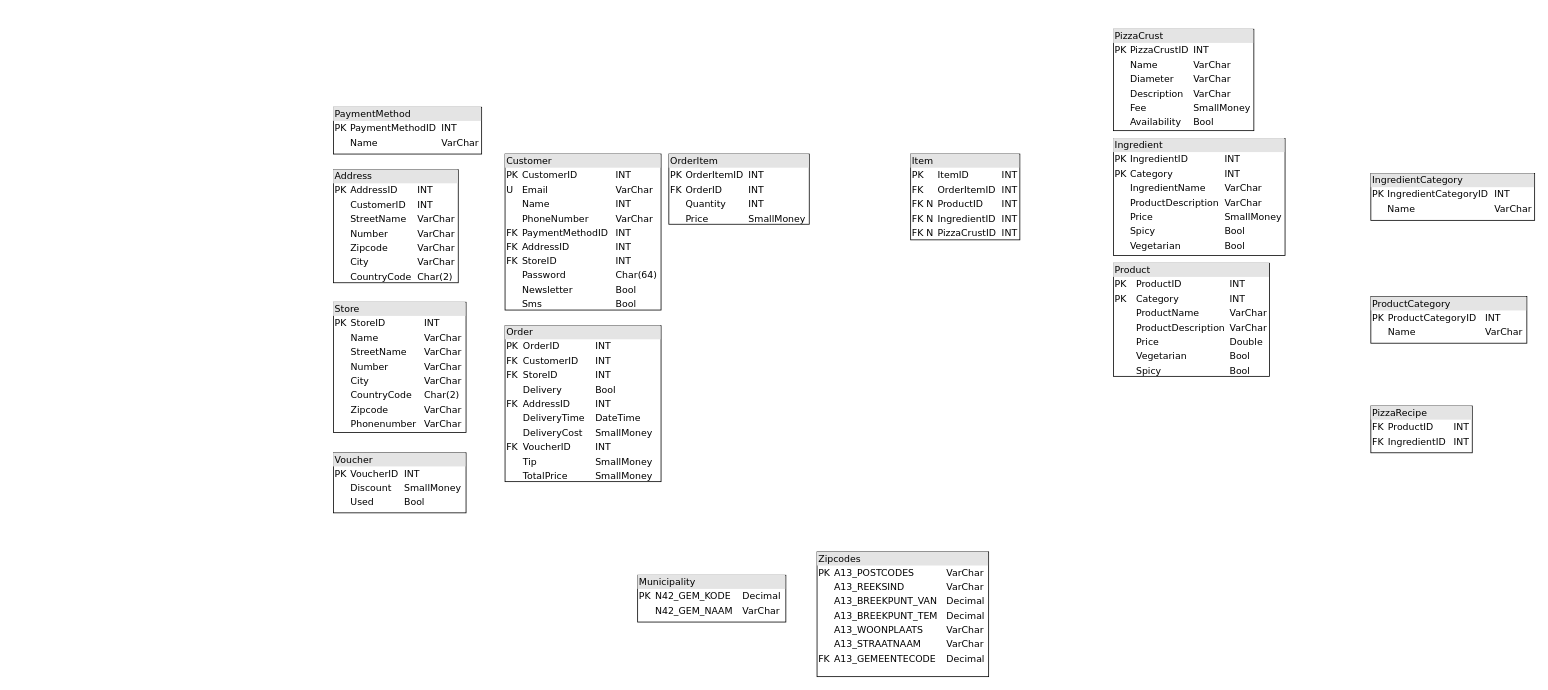
This is DBO_huidige_situatie.drawio from SlatanEnLexSemester4/Mario-Pizza-Case, a draw.io file, before an edit. Source tidied: cells renumbered, new cells numbered last; positions are measured from the earlier drawing's top-left corner, leaving out a move shared by most shapes. Both pictures are drawn from the tidied source at 78%, with x=0, y=0 at pixel (333, 29).
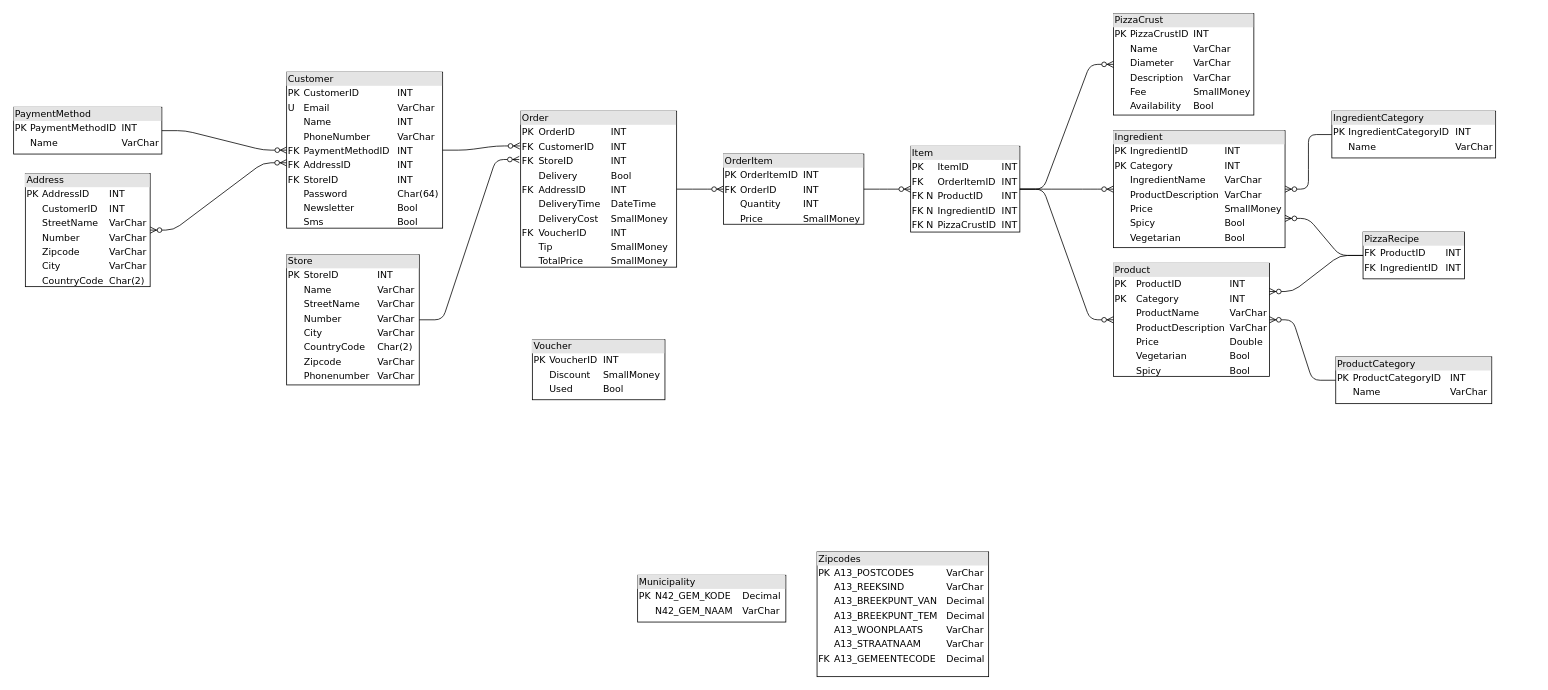
Above is the later version.

The change refers to these unchanged cells:
```xml
<mxCell id="2" value="&lt;div style=&quot;box-sizing: border-box ; width: 100% ; background: #e4e4e4 ; padding: 2px&quot;&gt;Product&lt;br&gt;&lt;/div&gt;&lt;table style=&quot;width: 100% ; font-size: 1em&quot; cellspacing=&quot;0&quot; cellpadding=&quot;2&quot;&gt;&lt;tbody&gt;&lt;tr&gt;&lt;td&gt;PK&amp;nbsp;&lt;/td&gt;&lt;td&gt;&lt;br&gt;&lt;/td&gt;&lt;td&gt;ProductID&lt;/td&gt;&lt;td&gt;INT&lt;br&gt;&lt;/td&gt;&lt;/tr&gt;&lt;tr&gt;&lt;td&gt;PK&lt;/td&gt;&lt;td&gt;&lt;br&gt;&lt;/td&gt;&lt;td&gt;Category&lt;br&gt;&lt;/td&gt;&lt;td&gt;INT&lt;/td&gt;&lt;/tr&gt;&lt;tr&gt;&lt;td&gt;&lt;br&gt;&lt;/td&gt;&lt;td&gt;&lt;br&gt;&lt;/td&gt;&lt;td&gt;ProductName&lt;br&gt;&lt;/td&gt;&lt;td&gt;VarChar&lt;br&gt;&lt;/td&gt;&lt;/tr&gt;&lt;tr&gt;&lt;td&gt;&lt;br&gt;&lt;/td&gt;&lt;td&gt;&lt;br&gt;&lt;/td&gt;&lt;td&gt;ProductDescription&lt;br&gt;&lt;/td&gt;&lt;td&gt;VarChar&lt;br&gt;&lt;/td&gt;&lt;/tr&gt;&lt;tr&gt;&lt;td&gt;&lt;br&gt;&lt;/td&gt;&lt;td&gt;&lt;br&gt;&lt;/td&gt;&lt;td&gt;Price&lt;br&gt;&lt;/td&gt;&lt;td&gt;Double&lt;/td&gt;&lt;/tr&gt;&lt;tr&gt;&lt;td&gt;&lt;br&gt;&lt;/td&gt;&lt;td&gt;&lt;br&gt;&lt;/td&gt;&lt;td&gt;Vegetarian&lt;br&gt;&lt;/td&gt;&lt;td&gt;Bool&lt;/td&gt;&lt;/tr&gt;&lt;tr&gt;&lt;td&gt;&lt;br&gt;&lt;/td&gt;&lt;td&gt;&lt;br&gt;&lt;/td&gt;&lt;td&gt;Spicy&lt;br&gt;&lt;/td&gt;&lt;td&gt;Bool&lt;br&gt;&lt;/td&gt;&lt;/tr&gt;&lt;/tbody&gt;&lt;/table&gt;" style="verticalAlign=top;align=left;overflow=fill;html=1;rounded=0;shadow=0;comic=0;labelBackgroundColor=none;strokeWidth=1;fontFamily=Verdana;fontSize=12;" parent="1" vertex="1">
  <mxGeometry x="1000" y="300" width="200" height="145" as="geometry" />
</mxCell>
```

Diff of the diagram source:
```diff
@@
     <mxCell id="3" value="&lt;div style=&quot;box-sizing: border-box ; width: 100% ; background: #e4e4e4 ; padding: 2px&quot;&gt;PizzaCrust&lt;br&gt;&lt;/div&gt;&lt;table style=&quot;width: 100% ; font-size: 1em&quot; cellspacing=&quot;0&quot; cellpadding=&quot;2&quot;&gt;&lt;tbody&gt;&lt;tr&gt;&lt;td&gt;PK&lt;/td&gt;&lt;td&gt;PizzaCrustID&lt;/td&gt;&lt;td&gt;INT&lt;/td&gt;&lt;/tr&gt;&lt;tr&gt;&lt;td&gt;&lt;br&gt;&lt;/td&gt;&lt;td&gt;Name&lt;br&gt;&lt;/td&gt;&lt;td&gt;VarChar&lt;/td&gt;&lt;/tr&gt;&lt;tr&gt;&lt;td&gt;&lt;br&gt;&lt;/td&gt;&lt;td&gt;Diameter&lt;br&gt;&lt;/td&gt;&lt;td&gt;VarChar&lt;/td&gt;&lt;/tr&gt;&lt;tr&gt;&lt;td&gt;&lt;br&gt;&lt;/td&gt;&lt;td&gt;Description&lt;br&gt;&lt;/td&gt;&lt;td&gt;VarChar&lt;/td&gt;&lt;/tr&gt;&lt;tr&gt;&lt;td&gt;&lt;br&gt;&lt;/td&gt;&lt;td&gt;Fee&lt;br&gt;&lt;/td&gt;&lt;td&gt;SmallMoney&lt;/td&gt;&lt;/tr&gt;&lt;tr&gt;&lt;td&gt;&lt;br&gt;&lt;/td&gt;&lt;td&gt;Availability&lt;br&gt;&lt;/td&gt;&lt;td&gt;Bool&lt;/td&gt;&lt;/tr&gt;&lt;/tbody&gt;&lt;/table&gt;" style="verticalAlign=top;align=left;overflow=fill;html=1;rounded=0;shadow=0;comic=0;labelBackgroundColor=none;strokeWidth=1;fontFamily=Verdana;fontSize=12;" parent="1" vertex="1">
-      <mxGeometry x="1000" width="180" height="130" as="geometry" />
+      <mxGeometry x="1000" y="-20" width="180" height="130" as="geometry" />
     </mxCell>
     <mxCell id="4" value="&lt;div style=&quot;box-sizing: border-box ; width: 100% ; background: #e4e4e4 ; padding: 2px&quot;&gt;Store&lt;br&gt;&lt;/div&gt;&lt;table style=&quot;width: 100% ; font-size: 1em&quot; cellspacing=&quot;0&quot; cellpadding=&quot;2&quot;&gt;&lt;tbody&gt;&lt;tr&gt;&lt;td&gt;PK&lt;/td&gt;&lt;td&gt;StoreID&lt;br&gt;&lt;/td&gt;&lt;td&gt;INT&lt;/td&gt;&lt;/tr&gt;&lt;tr&gt;&lt;td&gt;&lt;br&gt;&lt;/td&gt;&lt;td&gt;Name&lt;br&gt;&lt;/td&gt;&lt;td&gt;VarChar&lt;/td&gt;&lt;/tr&gt;&lt;tr&gt;&lt;td&gt;&lt;br&gt;&lt;/td&gt;&lt;td&gt;StreetName&lt;br&gt;&lt;/td&gt;&lt;td&gt;VarChar&lt;/td&gt;&lt;/tr&gt;&lt;tr&gt;&lt;td&gt;&lt;br&gt;&lt;/td&gt;&lt;td&gt;Number&lt;br&gt;&lt;/td&gt;&lt;td&gt;VarChar&lt;/td&gt;&lt;/tr&gt;&lt;tr&gt;&lt;td&gt;&lt;br&gt;&lt;/td&gt;&lt;td&gt;City&lt;br&gt;&lt;/td&gt;&lt;td&gt;VarChar&lt;/td&gt;&lt;/tr&gt;&lt;tr&gt;&lt;td&gt;&lt;br&gt;&lt;/td&gt;&lt;td&gt;CountryCode&lt;br&gt;&lt;/td&gt;&lt;td&gt;Char(2)&lt;/td&gt;&lt;/tr&gt;&lt;tr&gt;&lt;td&gt;&lt;br&gt;&lt;/td&gt;&lt;td&gt;Zipcode&lt;br&gt;&lt;/td&gt;&lt;td&gt;VarChar&lt;/td&gt;&lt;/tr&gt;&lt;tr&gt;&lt;td&gt;&lt;br&gt;&lt;/td&gt;&lt;td&gt;Phonenumber&lt;br&gt;&lt;/td&gt;&lt;td&gt;VarChar&lt;/td&gt;&lt;/tr&gt;&lt;/tbody&gt;&lt;/table&gt;" style="verticalAlign=top;align=left;overflow=fill;html=1;rounded=0;shadow=0;comic=0;labelBackgroundColor=none;strokeWidth=1;fontFamily=Verdana;fontSize=12;" parent="1" vertex="1">
-      <mxGeometry y="350" width="170" height="167" as="geometry" />
+      <mxGeometry x="-60" y="289" width="170" height="167" as="geometry" />
     </mxCell>
     <mxCell id="5" value="&lt;div style=&quot;box-sizing: border-box ; width: 100% ; background: #e4e4e4 ; padding: 2px&quot;&gt;Ingredient&lt;br&gt;&lt;/div&gt;&lt;table style=&quot;width: 100% ; font-size: 1em&quot; cellspacing=&quot;0&quot; cellpadding=&quot;2&quot;&gt;&lt;tbody&gt;&lt;tr&gt;&lt;td&gt;PK&lt;/td&gt;&lt;td&gt;IngredientID&lt;/td&gt;&lt;td&gt;INT&lt;/td&gt;&lt;/tr&gt;&lt;tr&gt;&lt;td&gt;PK&lt;/td&gt;&lt;td&gt;Category&lt;br&gt;&lt;/td&gt;&lt;td&gt;INT&lt;/td&gt;&lt;/tr&gt;&lt;tr&gt;&lt;td&gt;&lt;br&gt;&lt;/td&gt;&lt;td&gt;IngredientName&lt;br&gt;&lt;/td&gt;&lt;td&gt;VarChar&lt;/td&gt;&lt;/tr&gt;&lt;tr&gt;&lt;td&gt;&lt;br&gt;&lt;/td&gt;&lt;td&gt;ProductDescription&lt;br&gt;&lt;/td&gt;&lt;td&gt;VarChar&lt;/td&gt;&lt;/tr&gt;&lt;tr&gt;&lt;td&gt;&lt;br&gt;&lt;/td&gt;&lt;td&gt;Price&lt;br&gt;&lt;/td&gt;&lt;td&gt;SmallMoney&lt;/td&gt;&lt;/tr&gt;&lt;tr&gt;&lt;td&gt;&lt;br&gt;&lt;/td&gt;&lt;td&gt;Spicy&lt;br&gt;&lt;/td&gt;&lt;td&gt;Bool&lt;/td&gt;&lt;/tr&gt;&lt;tr&gt;&lt;td&gt;&lt;br&gt;&lt;/td&gt;&lt;td&gt;Vegetarian&lt;br&gt;&lt;/td&gt;&lt;td&gt;Bool&lt;/td&gt;&lt;/tr&gt;&lt;tr&gt;&lt;td&gt;&lt;br&gt;&lt;/td&gt;&lt;td&gt;&lt;br&gt;&lt;/td&gt;&lt;td&gt;&lt;br&gt;&lt;/td&gt;&lt;/tr&gt;&lt;tr&gt;&lt;td&gt;&lt;br&gt;&lt;/td&gt;&lt;td&gt;&lt;br&gt;&lt;/td&gt;&lt;td&gt;&lt;br&gt;&lt;/td&gt;&lt;/tr&gt;&lt;tr&gt;&lt;td&gt;&lt;br&gt;&lt;/td&gt;&lt;td&gt;&lt;br&gt;&lt;/td&gt;&lt;td&gt;&lt;br&gt;&lt;/td&gt;&lt;/tr&gt;&lt;/tbody&gt;&lt;/table&gt;" style="verticalAlign=top;align=left;overflow=fill;html=1;rounded=0;shadow=0;comic=0;labelBackgroundColor=none;strokeWidth=1;fontFamily=Verdana;fontSize=12;" parent="1" vertex="1">
-      <mxGeometry x="1000" y="140" width="220" height="150" as="geometry" />
+      <mxGeometry x="1000" y="130" width="220" height="150" as="geometry" />
     </mxCell>
@@
     <mxCell id="8" value="&lt;div style=&quot;box-sizing: border-box ; width: 100% ; background: #e4e4e4 ; padding: 2px&quot;&gt;ProductCategory&lt;br&gt;&lt;/div&gt;&lt;table style=&quot;width: 100% ; font-size: 1em&quot; cellspacing=&quot;0&quot; cellpadding=&quot;2&quot;&gt;&lt;tbody&gt;&lt;tr&gt;&lt;td&gt;PK&lt;/td&gt;&lt;td&gt;ProductCategoryID&lt;br&gt;&lt;/td&gt;&lt;td&gt;INT&lt;/td&gt;&lt;/tr&gt;&lt;tr&gt;&lt;td&gt;&lt;/td&gt;&lt;td&gt;Name&lt;br&gt;&lt;/td&gt;&lt;td&gt;VarChar&lt;/td&gt;&lt;/tr&gt;&lt;/tbody&gt;&lt;/table&gt;" style="verticalAlign=top;align=left;overflow=fill;html=1;rounded=0;shadow=0;comic=0;labelBackgroundColor=none;strokeWidth=1;fontFamily=Verdana;fontSize=12;" parent="1" vertex="1">
-      <mxGeometry x="1330" y="342.5" width="200" height="60" as="geometry" />
+      <mxGeometry x="1285" y="420" width="200" height="60" as="geometry" />
     </mxCell>
@@
     <mxCell id="11" value="&lt;div style=&quot;box-sizing: border-box ; width: 100% ; background: #e4e4e4 ; padding: 2px&quot;&gt;IngredientCategory&lt;br&gt;&lt;/div&gt;&lt;table style=&quot;width: 100% ; font-size: 1em&quot; cellspacing=&quot;0&quot; cellpadding=&quot;2&quot;&gt;&lt;tbody&gt;&lt;tr&gt;&lt;td&gt;PK&lt;/td&gt;&lt;td&gt;IngredientCategoryID&lt;br&gt;&lt;/td&gt;&lt;td&gt;INT&lt;/td&gt;&lt;/tr&gt;&lt;tr&gt;&lt;td&gt;&lt;br&gt;&lt;/td&gt;&lt;td&gt;Name&lt;br&gt;&lt;/td&gt;&lt;td&gt;VarChar&lt;/td&gt;&lt;/tr&gt;&lt;/tbody&gt;&lt;/table&gt;" style="verticalAlign=top;align=left;overflow=fill;html=1;rounded=0;shadow=0;comic=0;labelBackgroundColor=none;strokeWidth=1;fontFamily=Verdana;fontSize=12;" parent="1" vertex="1">
-      <mxGeometry x="1330" y="185" width="210" height="60" as="geometry" />
+      <mxGeometry x="1280" y="105" width="210" height="60" as="geometry" />
     </mxCell>
     <mxCell id="12" value="&lt;div style=&quot;box-sizing: border-box ; width: 100% ; background: #e4e4e4 ; padding: 2px&quot;&gt;PizzaRecipe&lt;br&gt;&lt;/div&gt;&lt;table style=&quot;width: 100% ; font-size: 1em&quot; cellspacing=&quot;0&quot; cellpadding=&quot;2&quot;&gt;&lt;tbody&gt;&lt;tr&gt;&lt;td&gt;FK&lt;/td&gt;&lt;td&gt;ProductID&lt;br&gt;&lt;/td&gt;&lt;td&gt;INT&lt;/td&gt;&lt;/tr&gt;&lt;tr&gt;&lt;td&gt;FK&lt;/td&gt;&lt;td&gt;IngredientID&lt;br&gt;&lt;/td&gt;&lt;td&gt;INT&lt;/td&gt;&lt;/tr&gt;&lt;/tbody&gt;&lt;/table&gt;" style="verticalAlign=top;align=left;overflow=fill;html=1;rounded=0;shadow=0;comic=0;labelBackgroundColor=none;strokeWidth=1;fontFamily=Verdana;fontSize=12;" parent="1" vertex="1">
-      <mxGeometry x="1330" y="483" width="130" height="60" as="geometry" />
+      <mxGeometry x="1320" y="260" width="130" height="60" as="geometry" />
     </mxCell>
     <mxCell id="13" value="&lt;div style=&quot;box-sizing: border-box ; width: 100% ; background: #e4e4e4 ; padding: 2px&quot;&gt;OrderItem&lt;br&gt;&lt;/div&gt;&lt;table style=&quot;width: 100% ; font-size: 1em&quot; cellspacing=&quot;0&quot; cellpadding=&quot;2&quot;&gt;&lt;tbody&gt;&lt;tr&gt;&lt;td&gt;PK&lt;/td&gt;&lt;td&gt;OrderItemID&lt;/td&gt;&lt;td&gt;INT&lt;/td&gt;&lt;/tr&gt;&lt;tr&gt;&lt;td&gt;FK&lt;/td&gt;&lt;td&gt;OrderID&lt;br&gt;&lt;/td&gt;&lt;td&gt;INT&lt;/td&gt;&lt;/tr&gt;&lt;tr&gt;&lt;td&gt;&lt;br&gt;&lt;/td&gt;&lt;td&gt;Quantity&lt;/td&gt;&lt;td&gt;INT&lt;/td&gt;&lt;/tr&gt;&lt;tr&gt;&lt;td&gt;&lt;br&gt;&lt;/td&gt;&lt;td&gt;Price&lt;/td&gt;&lt;td&gt;SmallMoney&lt;/td&gt;&lt;/tr&gt;&lt;/tbody&gt;&lt;/table&gt;" style="verticalAlign=top;align=left;overflow=fill;html=1;rounded=0;shadow=0;comic=0;labelBackgroundColor=none;strokeWidth=1;fontFamily=Verdana;fontSize=12;" parent="1" vertex="1">
-      <mxGeometry x="430" y="160" width="180" height="90" as="geometry" />
+      <mxGeometry x="500" y="160" width="180" height="90" as="geometry" />
     </mxCell>
     <mxCell id="14" value="&lt;div style=&quot;box-sizing: border-box ; width: 100% ; background: #e4e4e4 ; padding: 2px&quot;&gt;Order&lt;br&gt;&lt;/div&gt;&lt;table style=&quot;width: 100% ; font-size: 1em&quot; cellspacing=&quot;0&quot; cellpadding=&quot;2&quot;&gt;&lt;tbody&gt;&lt;tr&gt;&lt;td&gt;PK&lt;/td&gt;&lt;td&gt;OrderID&lt;br&gt;&lt;/td&gt;&lt;td&gt;INT&lt;/td&gt;&lt;/tr&gt;&lt;tr&gt;&lt;td&gt;FK&lt;/td&gt;&lt;td&gt;CustomerID&lt;br&gt;&lt;/td&gt;&lt;td&gt;INT&lt;/td&gt;&lt;/tr&gt;&lt;tr&gt;&lt;td&gt;FK&lt;/td&gt;&lt;td&gt;StoreID&lt;/td&gt;&lt;td&gt;INT&lt;/td&gt;&lt;/tr&gt;&lt;tr&gt;&lt;td&gt;&lt;br&gt;&lt;/td&gt;&lt;td&gt;Delivery&lt;/td&gt;&lt;td&gt;Bool&lt;/td&gt;&lt;/tr&gt;&lt;tr&gt;&lt;td&gt;FK&lt;/td&gt;&lt;td&gt;AddressID&lt;/td&gt;&lt;td&gt;INT&lt;/td&gt;&lt;/tr&gt;&lt;tr&gt;&lt;td&gt;&lt;br&gt;&lt;/td&gt;&lt;td&gt;DeliveryTime&lt;/td&gt;&lt;td&gt;DateTime&lt;/td&gt;&lt;/tr&gt;&lt;tr&gt;&lt;td&gt;&lt;br&gt;&lt;/td&gt;&lt;td&gt;DeliveryCost&lt;/td&gt;&lt;td&gt;SmallMoney&lt;/td&gt;&lt;/tr&gt;&lt;tr&gt;&lt;td&gt;FK&lt;/td&gt;&lt;td&gt;VoucherID&lt;/td&gt;&lt;td&gt;INT&lt;/td&gt;&lt;/tr&gt;&lt;tr&gt;&lt;td&gt;&lt;br&gt;&lt;/td&gt;&lt;td&gt;Tip&lt;/td&gt;&lt;td&gt;SmallMoney&lt;br&gt;&lt;/td&gt;&lt;/tr&gt;&lt;tr&gt;&lt;td&gt;&lt;br&gt;&lt;/td&gt;&lt;td&gt;TotalPrice&lt;br&gt;&lt;/td&gt;&lt;td&gt;SmallMoney&lt;br&gt;&lt;/td&gt;&lt;/tr&gt;&lt;/tbody&gt;&lt;/table&gt;" style="verticalAlign=top;align=left;overflow=fill;html=1;rounded=0;shadow=0;comic=0;labelBackgroundColor=none;strokeWidth=1;fontFamily=Verdana;fontSize=12;" parent="1" vertex="1">
-      <mxGeometry x="220" y="380" width="200" height="200" as="geometry" />
+      <mxGeometry x="240" y="105" width="200" height="200" as="geometry" />
     </mxCell>
     <mxCell id="15" value="&lt;div style=&quot;box-sizing: border-box ; width: 100% ; background: #e4e4e4 ; padding: 2px&quot;&gt;Customer&lt;br&gt;&lt;/div&gt;&lt;table style=&quot;width: 100% ; font-size: 1em&quot; cellspacing=&quot;0&quot; cellpadding=&quot;2&quot;&gt;&lt;tbody&gt;&lt;tr&gt;&lt;td&gt;PK&lt;/td&gt;&lt;td&gt;CustomerID&lt;br&gt;&lt;/td&gt;&lt;td&gt;INT&lt;/td&gt;&lt;/tr&gt;&lt;tr&gt;&lt;td&gt;U&lt;/td&gt;&lt;td&gt;Email&lt;br&gt;&lt;/td&gt;&lt;td&gt;VarChar&lt;/td&gt;&lt;/tr&gt;&lt;tr&gt;&lt;td&gt;&lt;br&gt;&lt;/td&gt;&lt;td&gt;Name&lt;/td&gt;&lt;td&gt;INT&lt;/td&gt;&lt;/tr&gt;&lt;tr&gt;&lt;td&gt;&lt;br&gt;&lt;/td&gt;&lt;td&gt;PhoneNumber&lt;/td&gt;&lt;td&gt;VarChar&lt;/td&gt;&lt;/tr&gt;&lt;tr&gt;&lt;td&gt;FK&lt;/td&gt;&lt;td&gt;PaymentMethodID&lt;/td&gt;&lt;td&gt;INT&lt;/td&gt;&lt;/tr&gt;&lt;tr&gt;&lt;td&gt;FK&lt;/td&gt;&lt;td&gt;AddressID&lt;br&gt;&lt;/td&gt;&lt;td&gt;INT&lt;/td&gt;&lt;/tr&gt;&lt;tr&gt;&lt;td&gt;FK&lt;/td&gt;&lt;td&gt;StoreID&lt;/td&gt;&lt;td&gt;INT&lt;/td&gt;&lt;/tr&gt;&lt;tr&gt;&lt;td&gt;&lt;br&gt;&lt;/td&gt;&lt;td&gt;Password&lt;/td&gt;&lt;td&gt;Char(64)&lt;/td&gt;&lt;/tr&gt;&lt;tr&gt;&lt;td&gt;&lt;br&gt;&lt;/td&gt;&lt;td&gt;Newsletter&lt;/td&gt;&lt;td&gt;Bool&lt;/td&gt;&lt;/tr&gt;&lt;tr&gt;&lt;td&gt;&lt;br&gt;&lt;/td&gt;&lt;td&gt;Sms&lt;/td&gt;&lt;td&gt;Bool&lt;/td&gt;&lt;/tr&gt;&lt;/tbody&gt;&lt;/table&gt;" style="verticalAlign=top;align=left;overflow=fill;html=1;rounded=0;shadow=0;comic=0;labelBackgroundColor=none;strokeWidth=1;fontFamily=Verdana;fontSize=12;" parent="1" vertex="1">
-      <mxGeometry x="220" y="160" width="200" height="200" as="geometry" />
+      <mxGeometry x="-60" y="55" width="200" height="200" as="geometry" />
     </mxCell>
     <mxCell id="16" value="&lt;div style=&quot;box-sizing: border-box ; width: 100% ; background: #e4e4e4 ; padding: 2px&quot;&gt;PaymentMethod&lt;br&gt;&lt;/div&gt;&lt;table style=&quot;width: 100% ; font-size: 1em&quot; cellspacing=&quot;0&quot; cellpadding=&quot;2&quot;&gt;&lt;tbody&gt;&lt;tr&gt;&lt;td&gt;PK&lt;/td&gt;&lt;td&gt;PaymentMethodID&lt;br&gt;&lt;/td&gt;&lt;td&gt;INT&lt;/td&gt;&lt;/tr&gt;&lt;tr&gt;&lt;td&gt;&lt;br&gt;&lt;/td&gt;&lt;td&gt;Name&lt;br&gt;&lt;/td&gt;&lt;td&gt;VarChar&lt;/td&gt;&lt;/tr&gt;&lt;/tbody&gt;&lt;/table&gt;" style="verticalAlign=top;align=left;overflow=fill;html=1;rounded=0;shadow=0;comic=0;labelBackgroundColor=none;strokeWidth=1;fontFamily=Verdana;fontSize=12;" parent="1" vertex="1">
-      <mxGeometry y="100" width="190" height="60" as="geometry" />
+      <mxGeometry x="-410" y="100" width="190" height="60" as="geometry" />
     </mxCell>
     <mxCell id="17" value="&lt;div style=&quot;box-sizing: border-box ; width: 100% ; background: #e4e4e4 ; padding: 2px&quot;&gt;Address&lt;br&gt;&lt;/div&gt;&lt;table style=&quot;width: 100% ; font-size: 1em&quot; cellspacing=&quot;0&quot; cellpadding=&quot;2&quot;&gt;&lt;tbody&gt;&lt;tr&gt;&lt;td&gt;PK&lt;/td&gt;&lt;td&gt;AddressID&lt;br&gt;&lt;/td&gt;&lt;td&gt;INT&lt;/td&gt;&lt;/tr&gt;&lt;tr&gt;&lt;td&gt;&lt;br&gt;&lt;/td&gt;&lt;td&gt;CustomerID&lt;br&gt;&lt;/td&gt;&lt;td&gt;INT&lt;/td&gt;&lt;/tr&gt;&lt;tr&gt;&lt;td&gt;&lt;br&gt;&lt;/td&gt;&lt;td&gt;StreetName&lt;/td&gt;&lt;td&gt;VarChar&lt;/td&gt;&lt;/tr&gt;&lt;tr&gt;&lt;td&gt;&lt;br&gt;&lt;/td&gt;&lt;td&gt;Number&lt;/td&gt;&lt;td&gt;VarChar&lt;/td&gt;&lt;/tr&gt;&lt;tr&gt;&lt;td&gt;&lt;br&gt;&lt;/td&gt;&lt;td&gt;Zipcode&lt;/td&gt;&lt;td&gt;VarChar&lt;/td&gt;&lt;/tr&gt;&lt;tr&gt;&lt;td&gt;&lt;br&gt;&lt;/td&gt;&lt;td&gt;City&lt;/td&gt;&lt;td&gt;VarChar&lt;/td&gt;&lt;/tr&gt;&lt;tr&gt;&lt;td&gt;&lt;br&gt;&lt;/td&gt;&lt;td&gt;CountryCode&lt;/td&gt;&lt;td&gt;Char(2)&lt;/td&gt;&lt;/tr&gt;&lt;/tbody&gt;&lt;/table&gt;" style="verticalAlign=top;align=left;overflow=fill;html=1;rounded=0;shadow=0;comic=0;labelBackgroundColor=none;strokeWidth=1;fontFamily=Verdana;fontSize=12;" parent="1" vertex="1">
-      <mxGeometry y="180" width="160" height="145" as="geometry" />
+      <mxGeometry x="-395" y="185" width="160" height="145" as="geometry" />
     </mxCell>
     <mxCell id="18" value="&lt;div style=&quot;box-sizing: border-box ; width: 100% ; background: #e4e4e4 ; padding: 2px&quot;&gt;Voucher&lt;br&gt;&lt;/div&gt;&lt;table style=&quot;width: 100% ; font-size: 1em&quot; cellspacing=&quot;0&quot; cellpadding=&quot;2&quot;&gt;&lt;tbody&gt;&lt;tr&gt;&lt;td&gt;PK&lt;/td&gt;&lt;td&gt;VoucherID&lt;br&gt;&lt;/td&gt;&lt;td&gt;INT&lt;br&gt;&lt;/td&gt;&lt;/tr&gt;&lt;tr&gt;&lt;td&gt;&lt;br&gt;&lt;/td&gt;&lt;td&gt;Discount&lt;/td&gt;&lt;td&gt;SmallMoney&lt;/td&gt;&lt;/tr&gt;&lt;tr&gt;&lt;td&gt;&lt;br&gt;&lt;/td&gt;&lt;td&gt;Used&lt;br&gt;&lt;/td&gt;&lt;td&gt;Bool&lt;/td&gt;&lt;/tr&gt;&lt;/tbody&gt;&lt;/table&gt;" style="verticalAlign=top;align=left;overflow=fill;html=1;rounded=0;shadow=0;comic=0;labelBackgroundColor=none;strokeWidth=1;fontFamily=Verdana;fontSize=12;" parent="1" vertex="1">
-      <mxGeometry y="543" width="170" height="77" as="geometry" />
+      <mxGeometry x="255" y="398" width="170" height="77" as="geometry" />
     </mxCell>
     <mxCell id="19" value="&lt;div style=&quot;box-sizing: border-box ; width: 100% ; background: #e4e4e4 ; padding: 2px&quot;&gt;Item&lt;br&gt;&lt;/div&gt;&lt;table style=&quot;width: 100% ; font-size: 1em&quot; cellspacing=&quot;0&quot; cellpadding=&quot;2&quot;&gt;&lt;tbody&gt;&lt;tr&gt;&lt;td&gt;PK&lt;/td&gt;&lt;td&gt;ItemID&lt;/td&gt;&lt;td&gt;INT&lt;/td&gt;&lt;/tr&gt;&lt;tr&gt;&lt;td&gt;FK&lt;/td&gt;&lt;td&gt;OrderItemID&lt;br&gt;&lt;/td&gt;&lt;td&gt;INT&lt;/td&gt;&lt;/tr&gt;&lt;tr&gt;&lt;td&gt;FK N&lt;/td&gt;&lt;td&gt;ProductID&lt;/td&gt;&lt;td&gt;INT&lt;/td&gt;&lt;/tr&gt;&lt;tr&gt;&lt;td&gt;FK N&lt;/td&gt;&lt;td&gt;IngredientID&lt;/td&gt;&lt;td&gt;INT&lt;/td&gt;&lt;/tr&gt;&lt;tr&gt;&lt;td&gt;FK N&lt;/td&gt;&lt;td&gt;PizzaCrustID&lt;/td&gt;&lt;td&gt;INT&lt;/td&gt;&lt;/tr&gt;&lt;/tbody&gt;&lt;/table&gt;" style="verticalAlign=top;align=left;overflow=fill;html=1;rounded=0;shadow=0;comic=0;labelBackgroundColor=none;strokeWidth=1;fontFamily=Verdana;fontSize=12;" parent="1" vertex="1">
-      <mxGeometry x="740" y="160" width="140" height="110" as="geometry" />
+      <mxGeometry x="740" y="150" width="140" height="110" as="geometry" />
     </mxCell>
@@
+    <mxCell id="21" style="edgeStyle=entityRelationEdgeStyle;fontSize=12;html=1;endArrow=ERzeroToMany;endFill=1;exitX=1;exitY=0.5;exitDx=0;exitDy=0;entryX=0;entryY=0.5;entryDx=0;entryDy=0;" parent="1" edge="1" source="14" target="13">
+      <mxGeometry relative="1" as="geometry" />
+    </mxCell>
+    <mxCell id="22" style="edgeStyle=entityRelationEdgeStyle;fontSize=12;html=1;endArrow=none;endFill=0;startArrow=ERzeroToMany;startFill=1;entryX=0;entryY=0.5;entryDx=0;entryDy=0;exitX=1;exitY=0.5;exitDx=0;exitDy=0;" parent="1" edge="1" source="5" target="11">
+      <mxGeometry relative="1" as="geometry" />
+    </mxCell>
+    <mxCell id="23" style="edgeStyle=entityRelationEdgeStyle;fontSize=12;html=1;endArrow=ERzeroToMany;endFill=1;exitX=1;exitY=0.5;exitDx=0;exitDy=0;" parent="1" edge="1" source="13" target="19">
+      <mxGeometry relative="1" as="geometry" />
+    </mxCell>
+    <mxCell id="24" style="edgeStyle=entityRelationEdgeStyle;fontSize=12;html=1;endArrow=ERzeroToMany;endFill=1;exitX=1;exitY=0.5;exitDx=0;exitDy=0;entryX=0;entryY=0.5;entryDx=0;entryDy=0;" parent="1" edge="1" source="19" target="3">
+      <mxGeometry relative="1" as="geometry" />
+    </mxCell>
+    <mxCell id="25" style="edgeStyle=entityRelationEdgeStyle;fontSize=12;html=1;endArrow=ERzeroToMany;endFill=1;exitX=1;exitY=0.5;exitDx=0;exitDy=0;entryX=0;entryY=0.5;entryDx=0;entryDy=0;" parent="1" edge="1" source="19" target="5">
+      <mxGeometry relative="1" as="geometry" />
+    </mxCell>
+    <mxCell id="26" style="edgeStyle=entityRelationEdgeStyle;fontSize=12;html=1;endArrow=ERzeroToMany;endFill=1;exitX=1;exitY=0.5;exitDx=0;exitDy=0;entryX=0;entryY=0.5;entryDx=0;entryDy=0;" parent="1" edge="1" source="19" target="2">
+      <mxGeometry relative="1" as="geometry" />
+    </mxCell>
+    <mxCell id="27" style="edgeStyle=entityRelationEdgeStyle;fontSize=12;html=1;endArrow=ERzeroToMany;endFill=1;exitX=1;exitY=0.5;exitDx=0;exitDy=0;entryX=-0.005;entryY=0.223;entryDx=0;entryDy=0;entryPerimeter=0;" parent="1" edge="1" source="15" target="14">
+      <mxGeometry relative="1" as="geometry" />
+    </mxCell>
+    <mxCell id="28" style="edgeStyle=entityRelationEdgeStyle;fontSize=12;html=1;endArrow=ERzeroToMany;endFill=1;exitX=1;exitY=0.5;exitDx=0;exitDy=0;entryX=-0.009;entryY=0.31;entryDx=0;entryDy=0;entryPerimeter=0;" parent="1" edge="1" source="4" target="14">
+      <mxGeometry relative="1" as="geometry" />
+    </mxCell>
+    <mxCell id="29" style="edgeStyle=entityRelationEdgeStyle;fontSize=12;html=1;endArrow=ERzeroToMany;endFill=1;exitX=1;exitY=0.5;exitDx=0;exitDy=0;entryX=0;entryY=0.5;entryDx=0;entryDy=0;" parent="1" edge="1" source="16" target="15">
+      <mxGeometry relative="1" as="geometry" />
+    </mxCell>
+    <mxCell id="30" style="edgeStyle=entityRelationEdgeStyle;fontSize=12;html=1;endArrow=ERzeroToMany;endFill=1;exitX=1;exitY=0.5;exitDx=0;exitDy=0;entryX=-0.001;entryY=0.581;entryDx=0;entryDy=0;entryPerimeter=0;startArrow=ERzeroToMany;startFill=1;" parent="1" edge="1" source="17" target="15">
+      <mxGeometry relative="1" as="geometry" />
+    </mxCell>
+    <mxCell id="31" style="edgeStyle=entityRelationEdgeStyle;fontSize=12;html=1;endArrow=none;endFill=0;startArrow=ERzeroToMany;startFill=1;entryX=0;entryY=0.5;entryDx=0;entryDy=0;exitX=1;exitY=0.5;exitDx=0;exitDy=0;" parent="1" edge="1" source="2" target="8">
+      <mxGeometry relative="1" as="geometry" />
+    </mxCell>
+    <mxCell id="32" style="edgeStyle=entityRelationEdgeStyle;fontSize=12;html=1;endArrow=none;endFill=0;startArrow=ERzeroToMany;startFill=1;entryX=0;entryY=0.5;entryDx=0;entryDy=0;exitX=1;exitY=0.75;exitDx=0;exitDy=0;" parent="1" edge="1" source="5" target="12">
+      <mxGeometry relative="1" as="geometry" />
+    </mxCell>
+    <mxCell id="33" style="edgeStyle=entityRelationEdgeStyle;fontSize=12;html=1;endArrow=none;endFill=0;startArrow=ERzeroToMany;startFill=1;entryX=0;entryY=0.5;entryDx=0;entryDy=0;exitX=1;exitY=0.25;exitDx=0;exitDy=0;" parent="1" edge="1" source="2" target="12">
+      <mxGeometry relative="1" as="geometry" />
+    </mxCell>
```
